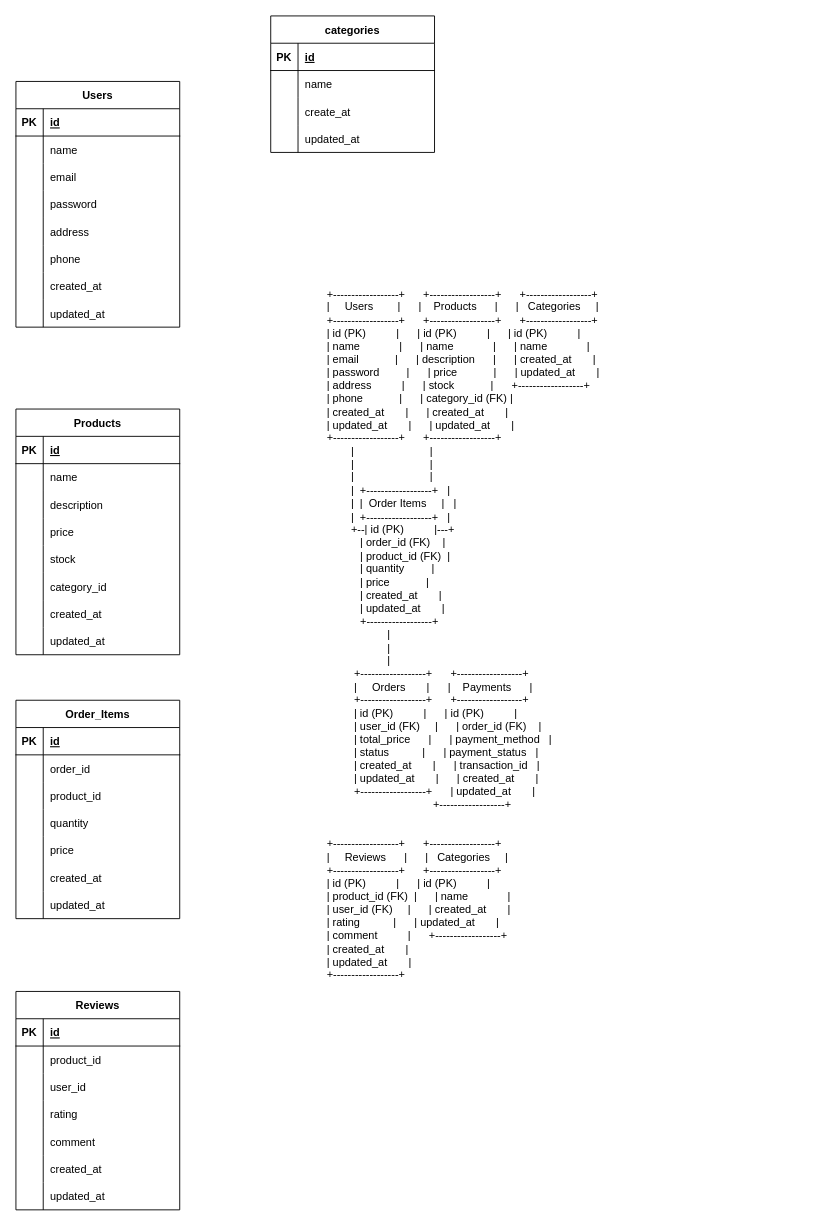
This is architecture/db.drawio from ISAWASHUN/laravel-ec-site, a draw.io file, before an edit. Source tidied: cells renumbered, new cells numbered last; positions are measured from the earlier drawing's top-left corner, leaving out a move shared by most shapes. Both pictures are drawn from the tidied source at 91%, with x=0, y=0 at pixel (15, 15).
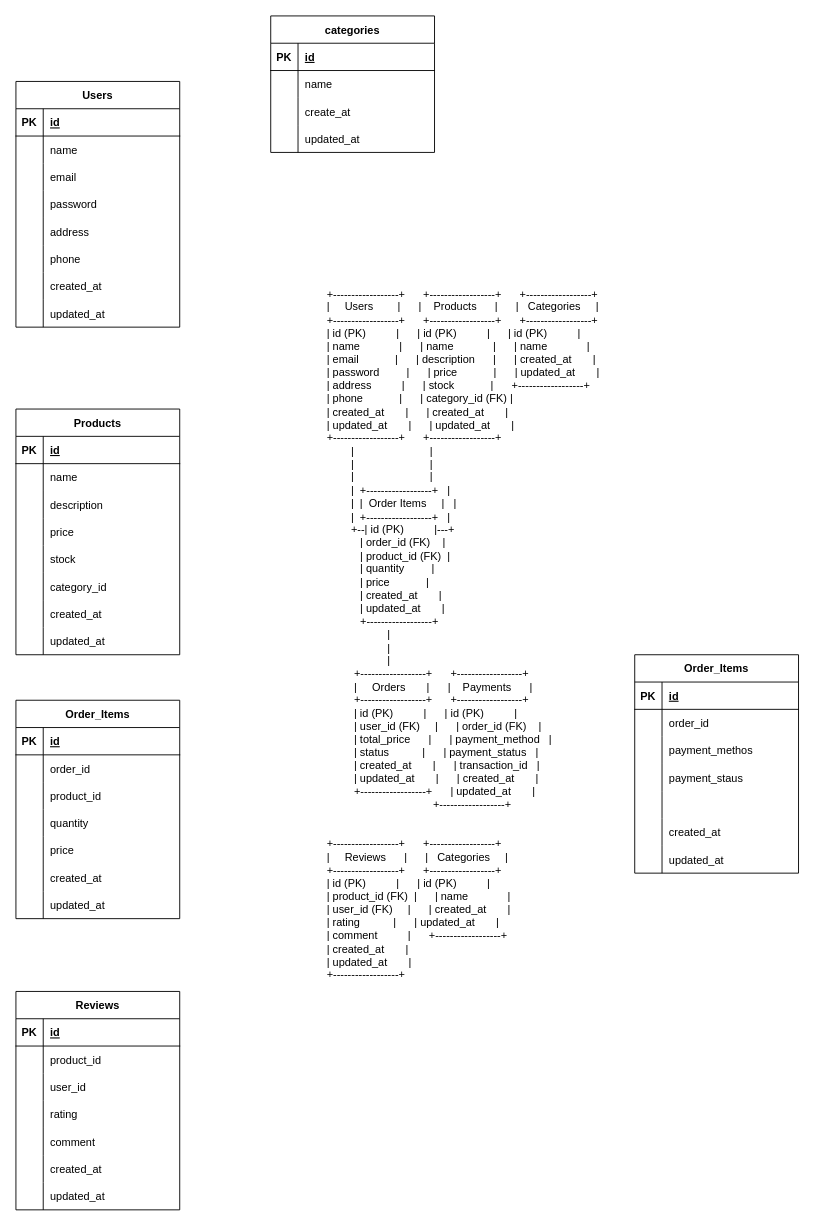
Above is the later version.

Commit message:
paymentテーブルの作成

Diff of the diagram source:
```diff
@@
+    <mxCell id="110" value="Order_Items" style="shape=table;startSize=30;childLayout=tableLayout;rowLines=0;fontStyle=1;align=center;" parent="1" vertex="1">
+      <mxGeometry x="680" y="702" width="180" height="240" as="geometry" />
+    </mxCell>
+    <mxCell id="111" style="shape=tableRow;horizontal=0;startSize=0;swimlaneHead=0;swimlaneBody=0;fillColor=none;top=0;left=0;right=0;bottom=1;" parent="110" vertex="1">
+      <mxGeometry y="30" width="180" height="30" as="geometry" />
+    </mxCell>
+    <mxCell id="112" value="PK" style="shape=partialRectangle;fillColor=none;top=0;left=0;bottom=0;right=0;fontStyle=1;overflow=hidden;" parent="111" vertex="1">
+      <mxGeometry width="30" height="30" as="geometry" />
+    </mxCell>
+    <mxCell id="113" value="id" style="shape=partialRectangle;fillColor=none;top=0;left=0;bottom=0;right=0;align=left;spacingLeft=6;fontStyle=5;overflow=hidden;" parent="111" vertex="1">
+      <mxGeometry x="30" width="150" height="30" as="geometry" />
+    </mxCell>
+    <mxCell id="114" style="shape=tableRow;horizontal=0;startSize=0;swimlaneHead=0;swimlaneBody=0;fillColor=none;top=0;left=0;right=0;bottom=0;" parent="110" vertex="1">
+      <mxGeometry y="60" width="180" height="30" as="geometry" />
+    </mxCell>
+    <mxCell id="115" style="shape=partialRectangle;fillColor=none;top=0;left=0;bottom=0;right=0;overflow=hidden;" parent="114" vertex="1">
+      <mxGeometry width="30" height="30" as="geometry" />
+    </mxCell>
+    <mxCell id="116" value="order_id" style="shape=partialRectangle;fillColor=none;top=0;left=0;bottom=0;right=0;align=left;spacingLeft=6;overflow=hidden;" parent="114" vertex="1">
+      <mxGeometry x="30" width="150" height="30" as="geometry" />
+    </mxCell>
+    <mxCell id="117" style="shape=tableRow;horizontal=0;startSize=0;swimlaneHead=0;swimlaneBody=0;fillColor=none;top=0;left=0;right=0;bottom=0;" parent="110" vertex="1">
+      <mxGeometry y="90" width="180" height="30" as="geometry" />
+    </mxCell>
+    <mxCell id="118" style="shape=partialRectangle;fillColor=none;top=0;left=0;bottom=0;right=0;overflow=hidden;" parent="117" vertex="1">
+      <mxGeometry width="30" height="30" as="geometry" />
+    </mxCell>
+    <mxCell id="119" value="payment_methos" style="shape=partialRectangle;fillColor=none;top=0;left=0;bottom=0;right=0;align=left;spacingLeft=6;overflow=hidden;" parent="117" vertex="1">
+      <mxGeometry x="30" width="150" height="30" as="geometry" />
+    </mxCell>
+    <mxCell id="120" style="shape=tableRow;horizontal=0;startSize=0;swimlaneHead=0;swimlaneBody=0;fillColor=none;top=0;left=0;right=0;bottom=0;" parent="110" vertex="1">
+      <mxGeometry y="120" width="180" height="30" as="geometry" />
+    </mxCell>
+    <mxCell id="121" style="shape=partialRectangle;fillColor=none;top=0;left=0;bottom=0;right=0;overflow=hidden;" parent="120" vertex="1">
+      <mxGeometry width="30" height="30" as="geometry" />
+    </mxCell>
+    <mxCell id="122" value="payment_staus" style="shape=partialRectangle;fillColor=none;top=0;left=0;bottom=0;right=0;align=left;spacingLeft=6;overflow=hidden;" parent="120" vertex="1">
+      <mxGeometry x="30" width="150" height="30" as="geometry" />
+    </mxCell>
+    <mxCell id="123" style="shape=tableRow;horizontal=0;startSize=0;swimlaneHead=0;swimlaneBody=0;fillColor=none;top=0;left=0;right=0;bottom=0;" parent="110" vertex="1">
+      <mxGeometry y="150" width="180" height="30" as="geometry" />
+    </mxCell>
+    <mxCell id="124" style="shape=partialRectangle;fillColor=none;top=0;left=0;bottom=0;right=0;overflow=hidden;" parent="123" vertex="1">
+      <mxGeometry width="30" height="30" as="geometry" />
+    </mxCell>
+    <mxCell id="125" style="shape=partialRectangle;fillColor=none;top=0;left=0;bottom=0;right=0;align=left;spacingLeft=6;overflow=hidden;" parent="123" vertex="1">
+      <mxGeometry x="30" width="150" height="30" as="geometry" />
+    </mxCell>
+    <mxCell id="126" style="shape=tableRow;horizontal=0;startSize=0;swimlaneHead=0;swimlaneBody=0;fillColor=none;top=0;left=0;right=0;bottom=0;" parent="110" vertex="1">
+      <mxGeometry y="180" width="180" height="30" as="geometry" />
+    </mxCell>
+    <mxCell id="127" style="shape=partialRectangle;fillColor=none;top=0;left=0;bottom=0;right=0;overflow=hidden;" parent="126" vertex="1">
+      <mxGeometry width="30" height="30" as="geometry" />
+    </mxCell>
+    <mxCell id="128" value="created_at" style="shape=partialRectangle;fillColor=none;top=0;left=0;bottom=0;right=0;align=left;spacingLeft=6;overflow=hidden;" parent="126" vertex="1">
+      <mxGeometry x="30" width="150" height="30" as="geometry" />
+    </mxCell>
+    <mxCell id="129" style="shape=tableRow;horizontal=0;startSize=0;swimlaneHead=0;swimlaneBody=0;fillColor=none;top=0;left=0;right=0;bottom=0;" parent="110" vertex="1">
+      <mxGeometry y="210" width="180" height="30" as="geometry" />
+    </mxCell>
+    <mxCell id="130" style="shape=partialRectangle;fillColor=none;top=0;left=0;bottom=0;right=0;overflow=hidden;" parent="129" vertex="1">
+      <mxGeometry width="30" height="30" as="geometry" />
+    </mxCell>
+    <mxCell id="131" value="updated_at" style="shape=partialRectangle;fillColor=none;top=0;left=0;bottom=0;right=0;align=left;spacingLeft=6;overflow=hidden;" parent="129" vertex="1">
+      <mxGeometry x="30" width="150" height="30" as="geometry" />
+    </mxCell>
```
